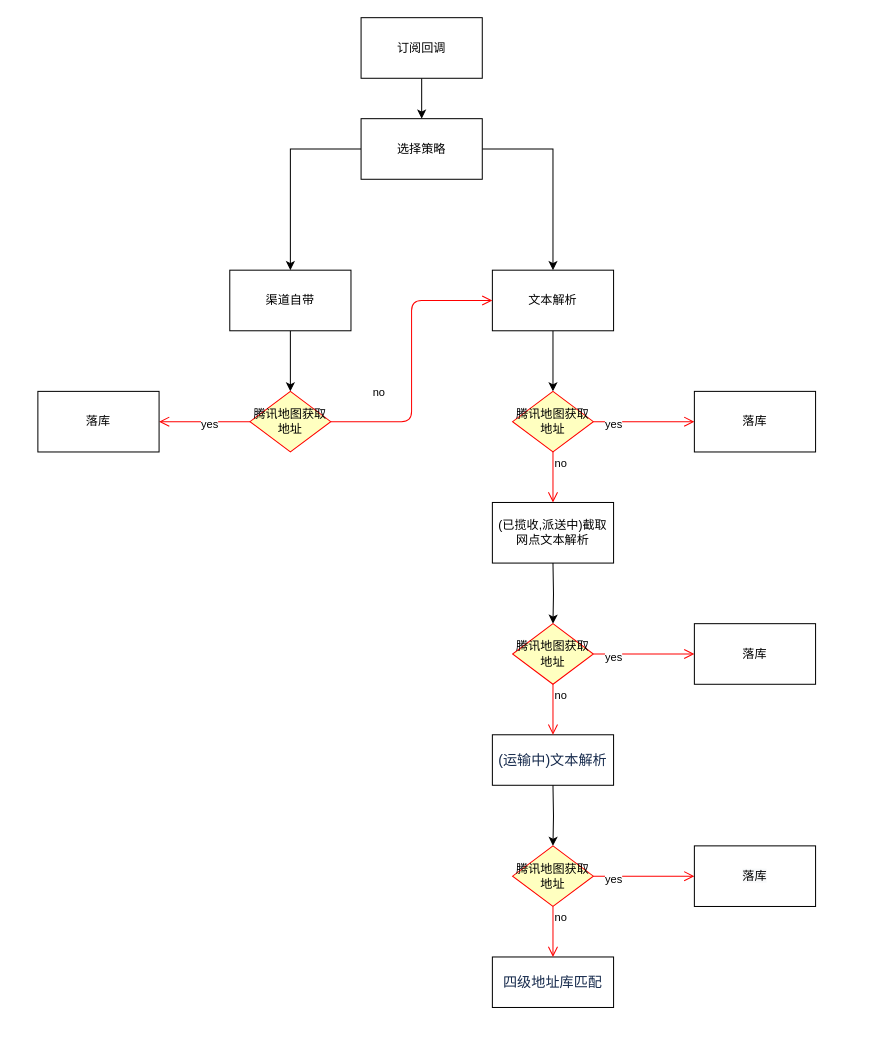
The draw.io diagram 未命名绘图.drawio in JonathanSimon123/blog-details, before the edit. Source tidied: cells renumbered, new cells numbered last; positions are measured from the earlier drawing's top-left corner, leaving out a move shared by most shapes. Both pictures are drawn from the tidied source at 101%, with x=0, y=0 at pixel (37, 17).
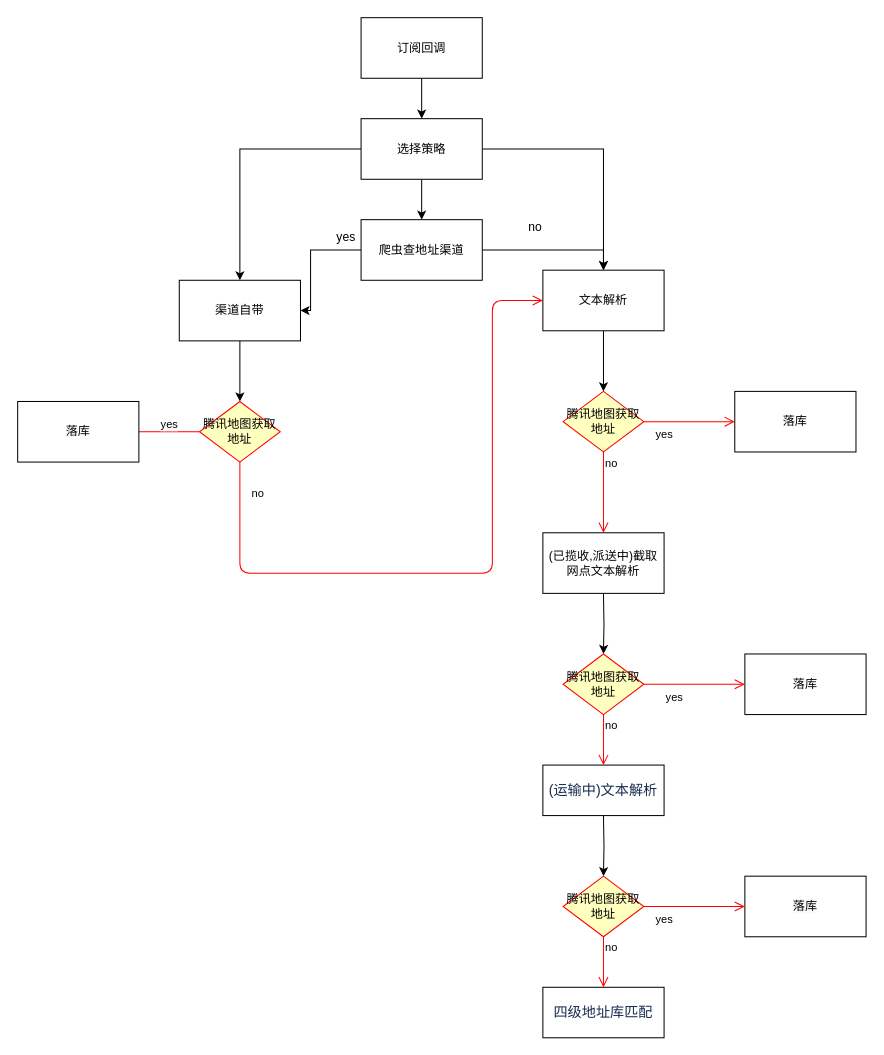
After the change.

Unchanged cells that the change refers to:
```xml
<mxCell id="6" value="&lt;span&gt;选择策略&lt;/span&gt;" style="rounded=0;whiteSpace=wrap;html=1;" parent="1" vertex="1">
  <mxGeometry x="320" y="100" width="120" height="60" as="geometry" />
</mxCell>
```

The edit, as a diff of the source:
```diff
@@
+    <mxCell id="32" style="edgeStyle=orthogonalEdgeStyle;rounded=0;jettySize=auto;html=1;" parent="1" edge="1" source="6" target="35">
+      <mxGeometry relative="1" as="geometry" />
+    </mxCell>
@@
     <mxCell id="8" value="渠道自带" style="rounded=0;whiteSpace=wrap;html=1;" parent="1" vertex="1">
-      <mxGeometry x="190" y="250" width="120" height="60" as="geometry" />
+      <mxGeometry x="140" y="260" width="120" height="60" as="geometry" />
     </mxCell>
@@
     <mxCell id="10" value="文本解析" style="rounded=0;whiteSpace=wrap;html=1;" parent="1" vertex="1">
-      <mxGeometry x="450" y="250" width="120" height="60" as="geometry" />
+      <mxGeometry x="500" y="250" width="120" height="60" as="geometry" />
     </mxCell>
     <mxCell id="11" value="(已揽收,派送中)截取网点文本解析" style="rounded=0;whiteSpace=wrap;html=1;" parent="1" vertex="1">
-      <mxGeometry x="450" y="480" width="120" height="60" as="geometry" />
+      <mxGeometry x="500" y="510" width="120" height="60" as="geometry" />
     </mxCell>
     <mxCell id="12" value="腾讯地图获取地址" style="rhombus;whiteSpace=wrap;html=1;fillColor=#ffffc0;strokeColor=#ff0000;" parent="1" vertex="1">
-      <mxGeometry x="470" y="370" width="80" height="60" as="geometry" />
+      <mxGeometry x="520" y="370" width="80" height="60" as="geometry" />
     </mxCell>
@@
     <mxCell id="14" value="yes" style="edgeStyle=orthogonalEdgeStyle;html=1;align=left;verticalAlign=top;endArrow=open;endSize=8;strokeColor=#ff0000;entryX=0.5;entryY=0;entryDx=0;entryDy=0;" parent="1" edge="1" source="12" target="11">
-      <mxGeometry x="-1" y="64" relative="1" as="geometry">
-        <mxPoint x="-14" y="-40" as="offset" />
+      <mxGeometry x="-1" y="58" relative="1" as="geometry">
+        <mxPoint x="-8" y="-30" as="offset" />
       </mxGeometry>
     </mxCell>
     <mxCell id="15" value="&lt;span&gt;落库&lt;/span&gt;" style="rounded=0;whiteSpace=wrap;html=1;" parent="1" vertex="1">
-      <mxGeometry x="650" y="370" width="120" height="60" as="geometry" />
+      <mxGeometry x="690" y="370" width="120" height="60" as="geometry" />
     </mxCell>
     <mxCell id="16" style="edgeStyle=orthogonalEdgeStyle;rounded=0;jettySize=auto;html=1;" parent="1" edge="1" target="18">
       <mxGeometry relative="1" as="geometry">
-        <mxPoint x="510" y="540" as="sourcePoint" />
+        <mxPoint x="560" y="570" as="sourcePoint" />
       </mxGeometry>
     </mxCell>
     <mxCell id="17" value="&lt;span style=&quot;color: rgb(23 , 43 , 77) ; font-family: , , &amp;#34;segoe ui&amp;#34; , &amp;#34;roboto&amp;#34; , &amp;#34;oxygen&amp;#34; , &amp;#34;ubuntu&amp;#34; , &amp;#34;fira sans&amp;#34; , &amp;#34;droid sans&amp;#34; , &amp;#34;helvetica neue&amp;#34; , sans-serif ; font-size: 14px ; text-align: left ; background-color: rgb(255 , 255 , 255)&quot;&gt;(运输中)文本解析&lt;/span&gt;" style="rounded=0;whiteSpace=wrap;html=1;" parent="1" vertex="1">
-      <mxGeometry x="450" y="710" width="120" height="50" as="geometry" />
+      <mxGeometry x="500" y="740" width="120" height="50" as="geometry" />
     </mxCell>
     <mxCell id="18" value="腾讯地图获取地址" style="rhombus;whiteSpace=wrap;html=1;fillColor=#ffffc0;strokeColor=#ff0000;" parent="1" vertex="1">
-      <mxGeometry x="470" y="600" width="80" height="60" as="geometry" />
+      <mxGeometry x="520" y="630" width="80" height="60" as="geometry" />
     </mxCell>
@@
     <mxCell id="20" value="yes" style="edgeStyle=orthogonalEdgeStyle;html=1;align=left;verticalAlign=top;endArrow=open;endSize=8;strokeColor=#ff0000;entryX=0.5;entryY=0;entryDx=0;entryDy=0;" parent="1" edge="1" source="18" target="17">
-      <mxGeometry x="-1" y="64" relative="1" as="geometry">
-        <mxPoint x="-14" y="-40" as="offset" />
+      <mxGeometry x="-1" y="67" relative="1" as="geometry">
+        <mxPoint x="-7" y="-30" as="offset" />
       </mxGeometry>
     </mxCell>
     <mxCell id="21" value="落库" style="rounded=0;whiteSpace=wrap;html=1;" parent="1" vertex="1">
-      <mxGeometry x="650" y="600" width="120" height="60" as="geometry" />
+      <mxGeometry x="700" y="630" width="120" height="60" as="geometry" />
     </mxCell>
     <mxCell id="22" style="edgeStyle=orthogonalEdgeStyle;rounded=0;jettySize=auto;html=1;" parent="1" edge="1" target="24">
       <mxGeometry relative="1" as="geometry">
-        <mxPoint x="510" y="760" as="sourcePoint" />
+        <mxPoint x="560" y="790" as="sourcePoint" />
       </mxGeometry>
     </mxCell>
     <mxCell id="23" value="&lt;span style=&quot;color: rgb(23 , 43 , 77) ; font-family: , , &amp;#34;segoe ui&amp;#34; , &amp;#34;roboto&amp;#34; , &amp;#34;oxygen&amp;#34; , &amp;#34;ubuntu&amp;#34; , &amp;#34;fira sans&amp;#34; , &amp;#34;droid sans&amp;#34; , &amp;#34;helvetica neue&amp;#34; , sans-serif ; font-size: 14px ; text-align: left ; background-color: rgb(255 , 255 , 255)&quot;&gt;四级地址库匹配&lt;/span&gt;" style="rounded=0;whiteSpace=wrap;html=1;" parent="1" vertex="1">
-      <mxGeometry x="450" y="930" width="120" height="50" as="geometry" />
+      <mxGeometry x="500" y="960" width="120" height="50" as="geometry" />
     </mxCell>
     <mxCell id="24" value="腾讯地图获取地址" style="rhombus;whiteSpace=wrap;html=1;fillColor=#ffffc0;strokeColor=#ff0000;" parent="1" vertex="1">
-      <mxGeometry x="470" y="820" width="80" height="60" as="geometry" />
+      <mxGeometry x="520" y="850" width="80" height="60" as="geometry" />
     </mxCell>
@@
     <mxCell id="26" value="yes" style="edgeStyle=orthogonalEdgeStyle;html=1;align=left;verticalAlign=top;endArrow=open;endSize=8;strokeColor=#ff0000;entryX=0.5;entryY=0;entryDx=0;entryDy=0;" parent="1" edge="1" source="24" target="23">
-      <mxGeometry x="-1" y="64" relative="1" as="geometry">
-        <mxPoint x="-14" y="-40" as="offset" />
+      <mxGeometry x="-1" y="58" relative="1" as="geometry">
+        <mxPoint x="-8" y="-30" as="offset" />
       </mxGeometry>
     </mxCell>
     <mxCell id="27" value="&lt;span style=&quot;color: rgb(0, 0, 0); font-family: helvetica; font-size: 12px; font-style: normal; font-weight: 400; letter-spacing: normal; text-align: center; text-indent: 0px; text-transform: none; word-spacing: 0px; background-color: rgb(248, 249, 250); display: inline; float: none;&quot;&gt;落库&lt;/span&gt;" style="rounded=0;whiteSpace=wrap;html=1;" parent="1" vertex="1">
-      <mxGeometry x="650" y="820" width="120" height="60" as="geometry" />
+      <mxGeometry x="700" y="850" width="120" height="60" as="geometry" />
     </mxCell>
     <mxCell id="28" value="腾讯地图获取地址" style="rhombus;whiteSpace=wrap;html=1;fillColor=#ffffc0;strokeColor=#ff0000;" parent="1" vertex="1">
-      <mxGeometry x="210" y="370" width="80" height="60" as="geometry" />
+      <mxGeometry x="160" y="380" width="80" height="60" as="geometry" />
     </mxCell>
     <mxCell id="29" value="no" style="edgeStyle=orthogonalEdgeStyle;html=1;align=left;verticalAlign=bottom;endArrow=open;endSize=8;strokeColor=#ff0000;" parent="1" edge="1" source="28">
-      <mxGeometry x="-1" y="-122" relative="1" as="geometry">
-        <mxPoint x="120" y="400" as="targetPoint" />
-        <mxPoint x="120" y="102" as="offset" />
+      <mxGeometry x="-1" y="86" relative="1" as="geometry">
+        <mxPoint x="30" y="410" as="targetPoint" />
+        <mxPoint x="50" y="-16" as="offset" />
       </mxGeometry>
     </mxCell>
     <mxCell id="30" value="yes" style="edgeStyle=orthogonalEdgeStyle;html=1;align=left;verticalAlign=top;endArrow=open;endSize=8;strokeColor=#ff0000;entryX=0;entryY=0.5;entryDx=0;entryDy=0;" parent="1" edge="1" source="28" target="10">
-      <mxGeometry x="-1" y="130" relative="1" as="geometry">
-        <mxPoint x="-130" y="120" as="offset" />
+      <mxGeometry x="-1" y="-94" relative="1" as="geometry">
+        <Array as="points">
+          <mxPoint x="200" y="550" />
+          <mxPoint x="450" y="550" />
+          <mxPoint x="450" y="280" />
+        </Array>
+        <mxPoint x="14" y="-50" as="offset" />
       </mxGeometry>
     </mxCell>
     <mxCell id="31" value="落库" style="rounded=0;whiteSpace=wrap;html=1;" parent="1" vertex="1">
-      <mxGeometry y="370" width="120" height="60" as="geometry" />
+      <mxGeometry x="-20" y="380" width="120" height="60" as="geometry" />
     </mxCell>
+    <mxCell id="33" style="edgeStyle=orthogonalEdgeStyle;rounded=0;jettySize=auto;html=1;entryX=1;entryY=0.5;entryDx=0;entryDy=0;" parent="1" edge="1" source="35" target="8">
+      <mxGeometry relative="1" as="geometry">
+        <Array as="points">
+          <mxPoint x="270" y="230" />
+          <mxPoint x="270" y="290" />
+        </Array>
+      </mxGeometry>
+    </mxCell>
+    <mxCell id="34" style="edgeStyle=orthogonalEdgeStyle;rounded=0;jettySize=auto;html=1;entryX=0.5;entryY=0;entryDx=0;entryDy=0;" parent="1" edge="1" source="35" target="10">
+      <mxGeometry relative="1" as="geometry" />
+    </mxCell>
+    <mxCell id="35" value="爬虫查地址渠道" style="rounded=0;whiteSpace=wrap;html=1;" parent="1" vertex="1">
+      <mxGeometry x="320" y="200" width="120" height="60" as="geometry" />
+    </mxCell>
+    <mxCell id="36" value="yes" style="text;strokeColor=none;fillColor=none;align=left;verticalAlign=middle;spacingTop=-1;spacingLeft=4;spacingRight=4;labelPosition=right;" parent="1" vertex="1">
+      <mxGeometry x="270" y="210" width="20" height="14" as="geometry" />
+    </mxCell>
+    <mxCell id="37" value="no" style="text;strokeColor=none;fillColor=none;align=left;verticalAlign=middle;spacingTop=-1;spacingLeft=4;spacingRight=4;labelPosition=right;" parent="1" vertex="1">
+      <mxGeometry x="460" y="200" width="20" height="14" as="geometry" />
+    </mxCell>
```
